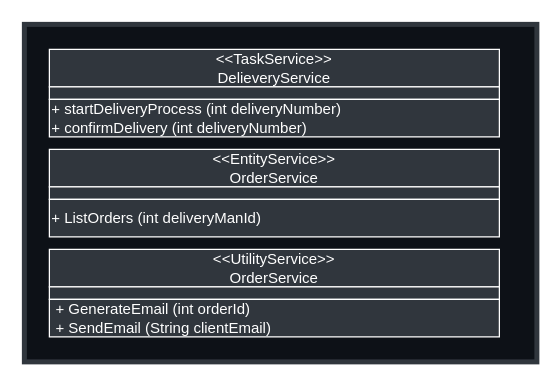
This is diagramas/diagrama.drawio from pedroblimaa/dm112-logistics-service, a draw.io file, before an edit. Source tidied: cells renumbered, new cells numbered last; positions are measured from the earlier drawing's top-left corner, leaving out a move shared by most shapes. Both pictures are drawn from the tidied source at 125%, with x=0, y=0 at pixel (24, 24).
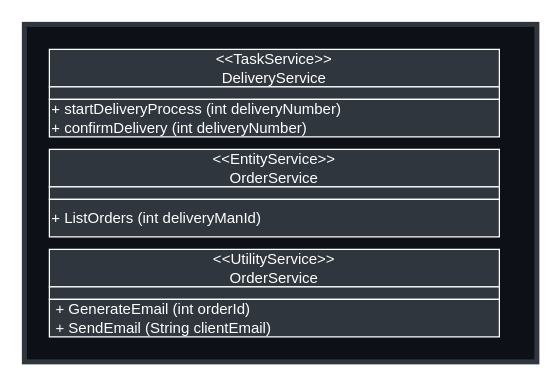
After the change.

Change to the diagram source:
```diff
@@
 <mxGraphModel>
   <root>
     <mxCell id="0" />
     <mxCell id="1" parent="0" />
     <mxCell id="2" style="rounded=0;whiteSpace=wrap;html=1;fillColor=#0D1117;strokeColor=#30363D;strokeWidth=4;" parent="1" vertex="1">
       <mxGeometry width="410" height="270" as="geometry" />
     </mxCell>
-    <mxCell id="3" value="&lt;font color=&quot;#ffffff&quot;&gt;&amp;lt;&amp;lt;TaskService&amp;gt;&amp;gt;&lt;br&gt;&lt;/font&gt;&lt;span style=&quot;color: rgb(255 , 255 , 255)&quot;&gt;DelieveryService&lt;/span&gt;&lt;font color=&quot;#ffffff&quot;&gt;&lt;br&gt;&lt;/font&gt;" style="rounded=0;whiteSpace=wrap;html=1;strokeColor=#FFF;fillColor=#30363D;" parent="1" vertex="1">
+    <mxCell id="3" value="&lt;font color=&quot;#ffffff&quot;&gt;&amp;lt;&amp;lt;TaskService&amp;gt;&amp;gt;&lt;br&gt;&lt;/font&gt;&lt;span style=&quot;color: rgb(255 , 255 , 255)&quot;&gt;DeliveryService&lt;/span&gt;&lt;font color=&quot;#ffffff&quot;&gt;&lt;br&gt;&lt;/font&gt;" style="rounded=0;whiteSpace=wrap;html=1;strokeColor=#FFF;fillColor=#30363D;" parent="1" vertex="1">
       <mxGeometry x="20" y="20" width="360" height="30" as="geometry" />
     </mxCell>
     <mxCell id="4" value="&lt;font color=&quot;#ffffff&quot;&gt;&lt;br&gt;&lt;/font&gt;" style="rounded=0;whiteSpace=wrap;html=1;strokeColor=#FFF;fillColor=#30363D;" parent="1" vertex="1">
       <mxGeometry x="20" y="50" width="360" height="10" as="geometry" />
     </mxCell>
     <mxCell id="5" value="&lt;font color=&quot;#ffffff&quot;&gt;&lt;div&gt;+ startDeliveryProcess (int deliveryNumber)&lt;/div&gt;&lt;div&gt;+ confirmDelivery (int deliveryNumber)&lt;/div&gt;&lt;/font&gt;" style="rounded=0;whiteSpace=wrap;html=1;strokeColor=#FFF;fillColor=#30363D;align=left;" parent="1" vertex="1">
       <mxGeometry x="20" y="60" width="360" height="30" as="geometry" />
     </mxCell>
     <mxCell id="6" value="&lt;font color=&quot;#ffffff&quot;&gt;&amp;lt;&amp;lt;EntityService&amp;gt;&amp;gt;&lt;br&gt;&lt;/font&gt;&lt;font color=&quot;#ffffff&quot;&gt;OrderService&lt;br&gt;&lt;/font&gt;" style="rounded=0;whiteSpace=wrap;html=1;strokeColor=#FFF;fillColor=#30363D;" parent="1" vertex="1">
       <mxGeometry x="20" y="100" width="360" height="30" as="geometry" />
     </mxCell>
     <mxCell id="7" value="&lt;font color=&quot;#ffffff&quot;&gt;&lt;br&gt;&lt;/font&gt;" style="rounded=0;whiteSpace=wrap;html=1;strokeColor=#FFF;fillColor=#30363D;" parent="1" vertex="1">
       <mxGeometry x="20" y="130" width="360" height="10" as="geometry" />
     </mxCell>
     <mxCell id="8" value="&lt;font color=&quot;#ffffff&quot;&gt;+ ListOrders (int deliveryManId)&lt;br&gt;&lt;/font&gt;" style="rounded=0;whiteSpace=wrap;html=1;strokeColor=#FFF;fillColor=#30363D;align=left;" parent="1" vertex="1">
       <mxGeometry x="20" y="140" width="360" height="30" as="geometry" />
     </mxCell>
     <mxCell id="9" value="&lt;font color=&quot;#ffffff&quot;&gt;&amp;lt;&amp;lt;UtilityService&amp;gt;&amp;gt;&lt;br&gt;&lt;/font&gt;&lt;font color=&quot;#ffffff&quot;&gt;OrderService&lt;br&gt;&lt;/font&gt;" style="rounded=0;whiteSpace=wrap;html=1;strokeColor=#FFF;fillColor=#30363D;" parent="1" vertex="1">
       <mxGeometry x="20" y="180" width="360" height="30" as="geometry" />
     </mxCell>
     <mxCell id="10" value="&lt;font color=&quot;#ffffff&quot;&gt;&lt;br&gt;&lt;/font&gt;" style="rounded=0;whiteSpace=wrap;html=1;strokeColor=#FFF;fillColor=#30363D;" parent="1" vertex="1">
       <mxGeometry x="20" y="210" width="360" height="10" as="geometry" />
     </mxCell>
     <mxCell id="11" value="&lt;font color=&quot;#ffffff&quot;&gt;&lt;div&gt;&amp;nbsp;+ GenerateEmail (int orderId)&lt;/div&gt;&lt;div&gt;&amp;nbsp;+ SendEmail (String clientEmail)&lt;/div&gt;&lt;/font&gt;" style="rounded=0;whiteSpace=wrap;html=1;strokeColor=#FFF;fillColor=#30363D;align=left;" parent="1" vertex="1">
       <mxGeometry x="20" y="220" width="360" height="30" as="geometry" />
     </mxCell>
   </root>
 </mxGraphModel>
```
